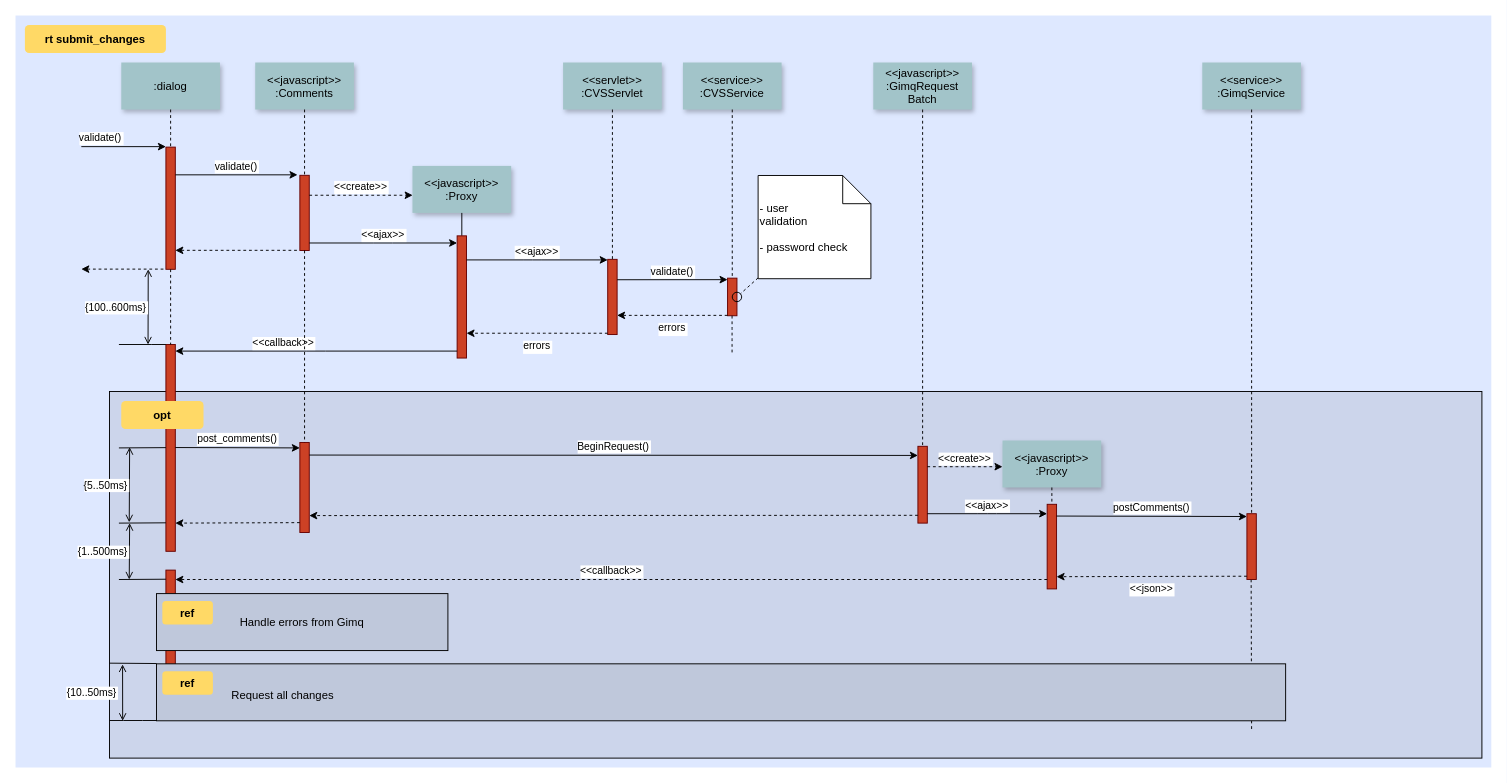
This is aluno_reserva.drawio from Neandertals/personal, a draw.io file, before an edit. Source tidied: cells renumbered, new cells numbered last; positions are measured from the earlier drawing's top-left corner, leaving out a move shared by most shapes. Both pictures are drawn from the tidied source at 94%, with x=0, y=0 at pixel (15, 15).
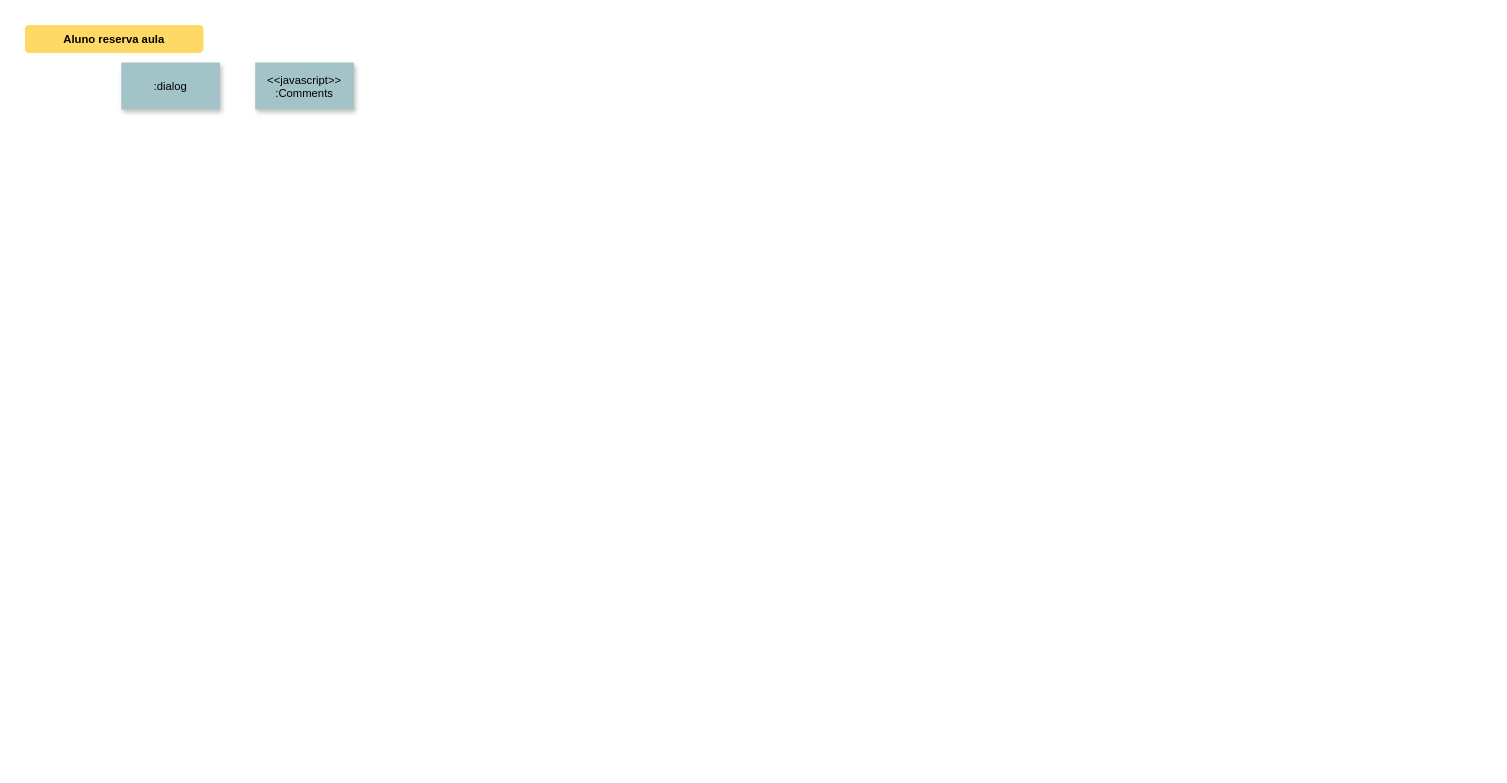
Above is the later version.

The change refers to these unchanged cells:
```xml
<mxCell id="7" value=":dialog" style="shadow=1;fillColor=#A2C4C9;strokeColor=none;" parent="1" vertex="1">
  <mxGeometry x="112.5" y="50" width="105" height="50" as="geometry" />
</mxCell>
<mxCell id="9" value="&lt;&lt;javascript&gt;&gt;&#10;:Comments" style="shadow=1;fillColor=#A2C4C9;strokeColor=none;" parent="1" vertex="1">
  <mxGeometry x="255" y="50" width="105" height="50" as="geometry" />
</mxCell>
```

The edit, as a diff of the source:
```diff
@@
-    <mxCell id="2" style="fillColor=#DEE8FF;strokeColor=none;" parent="1" vertex="1">
-      <mxGeometry width="1570" height="800" as="geometry" />
-    </mxCell>
-    <mxCell id="3" style="fillColor=#CCD5EB;" parent="1" vertex="1">
-      <mxGeometry x="100" y="400" width="1460" height="390" as="geometry" />
-    </mxCell>
-    <mxCell id="4" style="edgeStyle=elbowEdgeStyle;elbow=horizontal;endArrow=none;dashed=1;" parent="1" edge="1">
-      <mxGeometry x="1460" y="437.9" as="geometry">
-        <mxPoint x="1314.5" y="600" as="sourcePoint" />
-        <mxPoint x="1314.5" y="760" as="targetPoint" />
-      </mxGeometry>
-    </mxCell>
-    <mxCell id="5" style="fillColor=#CC4125;strokeColor=#660000;" parent="1" vertex="1">
-      <mxGeometry x="160" y="140" width="10" height="130" as="geometry" />
-    </mxCell>
-    <mxCell id="6" value="validate()" style="edgeStyle=none;verticalLabelPosition=top;verticalAlign=bottom;labelPosition=left;align=right;" parent="1" edge="1">
-      <mxGeometry x="110" y="49.5" as="geometry">
-        <mxPoint x="70" y="139.5" as="sourcePoint" />
-        <mxPoint x="160" y="139.5" as="targetPoint" />
-      </mxGeometry>
-    </mxCell>
@@
-    <mxCell id="8" style="fillColor=#CC4125;strokeColor=#660000;" parent="1" vertex="1">
-      <mxGeometry x="302.5" y="170" width="10" height="80" as="geometry" />
-    </mxCell>
@@
-    <mxCell id="10" style="edgeStyle=none;endArrow=none;dashed=1;" parent="1" edge="1" source="9" target="8">
-      <mxGeometry x="272.3" y="165" as="geometry" />
-    </mxCell>
-    <mxCell id="11" value="validate()" style="edgeStyle=none;verticalLabelPosition=top;verticalAlign=bottom;" parent="1" edge="1">
-      <mxGeometry x="220" y="92" as="geometry">
-        <mxPoint x="170" y="169.5" as="sourcePoint" />
-        <mxPoint x="300" y="169.5" as="targetPoint" />
-      </mxGeometry>
-    </mxCell>
-    <mxCell id="12" style="edgeStyle=none;verticalLabelPosition=top;verticalAlign=bottom;endArrow=none;startArrow=classic;dashed=1;" parent="1" edge="1">
-      <mxGeometry x="220" y="172.3" as="geometry">
-        <mxPoint x="170" y="249.8" as="sourcePoint" />
-        <mxPoint x="300" y="249.8" as="targetPoint" />
-      </mxGeometry>
-    </mxCell>
-    <mxCell id="13" style="edgeStyle=none;verticalLabelPosition=top;verticalAlign=bottom;labelPosition=left;align=right;endArrow=none;startArrow=classic;dashed=1;" parent="1" edge="1">
-      <mxGeometry x="110" y="179.8" as="geometry">
-        <mxPoint x="70" y="269.8" as="sourcePoint" />
-        <mxPoint x="160" y="269.8" as="targetPoint" />
-      </mxGeometry>
-    </mxCell>
-    <mxCell id="14" value="&lt;&lt;create&gt;&gt;" style="edgeStyle=none;verticalLabelPosition=top;verticalAlign=bottom;dashed=1;" parent="1" edge="1">
-      <mxGeometry x="385.5" y="113.9" as="geometry">
-        <mxPoint x="312.5" y="191.2" as="sourcePoint" />
-        <mxPoint x="422.5" y="191.2" as="targetPoint" />
-      </mxGeometry>
-    </mxCell>
-    <mxCell id="15" value="&lt;&lt;javascript&gt;&gt;&#10;:Proxy" style="shadow=1;fillColor=#A2C4C9;strokeColor=none;" parent="1" vertex="1">
-      <mxGeometry x="422.3" y="160" width="105" height="50" as="geometry" />
-    </mxCell>
-    <mxCell id="16" style="edgeStyle=none;endArrow=none;" parent="1" edge="1" source="15" target="17">
-      <mxGeometry x="437" y="270" as="geometry" />
-    </mxCell>
-    <mxCell id="17" style="fillColor=#CC4125;strokeColor=#660000;" parent="1" vertex="1">
-      <mxGeometry x="469.8" y="234.4" width="10" height="130" as="geometry" />
-    </mxCell>
-    <mxCell id="18" value="&lt;&lt;ajax&gt;&gt;" style="edgeStyle=elbowEdgeStyle;elbow=vertical;verticalLabelPosition=top;verticalAlign=bottom;" parent="1" edge="1" source="8" target="17">
-      <mxGeometry x="350" y="290" as="geometry" />
-    </mxCell>
-    <mxCell id="19" style="fillColor=#CC4125;strokeColor=#660000;" parent="1" vertex="1">
-      <mxGeometry x="630" y="259.4" width="10" height="80" as="geometry" />
-    </mxCell>
-    <mxCell id="20" value="&lt;&lt;servlet&gt;&gt;&#10;:CVSServlet" style="shadow=1;fillColor=#A2C4C9;strokeColor=none;" parent="1" vertex="1">
-      <mxGeometry x="582.5" y="50" width="105" height="50" as="geometry" />
-    </mxCell>
-    <mxCell id="21" style="edgeStyle=none;endArrow=none;dashed=1;" parent="1" edge="1" source="20" target="19">
-      <mxGeometry x="614.5" y="175" as="geometry" />
-    </mxCell>
-    <mxCell id="22" value="&lt;&lt;service&gt;&gt;&#10;:CVSService" style="shadow=1;fillColor=#A2C4C9;strokeColor=none;" parent="1" vertex="1">
-      <mxGeometry x="710" y="50" width="105" height="50" as="geometry" />
-    </mxCell>
-    <mxCell id="23" style="edgeStyle=none;endArrow=none;dashed=1;" parent="1" edge="1" source="22" target="24">
-      <mxGeometry x="727.3" y="165" as="geometry" />
-    </mxCell>
-    <mxCell id="24" style="fillColor=#CC4125;strokeColor=#660000;" parent="1" vertex="1">
-      <mxGeometry x="757.5" y="279.4" width="10" height="40" as="geometry" />
-    </mxCell>
-    <mxCell id="25" value="&lt;&lt;ajax&gt;&gt;" style="edgeStyle=elbowEdgeStyle;elbow=vertical;verticalLabelPosition=top;verticalAlign=bottom;" parent="1" edge="1" source="17" target="19">
-      <mxGeometry x="540" y="270" as="geometry">
-        <Array as="points">
-          <mxPoint x="550" y="260" />
-        </Array>
-      </mxGeometry>
-    </mxCell>
-    <mxCell id="26" value="errors" style="edgeStyle=elbowEdgeStyle;elbow=vertical;dashed=1;verticalLabelPosition=bottom;verticalAlign=top;" parent="1" edge="1" source="19" target="17">
-      <mxGeometry x="550" y="280" as="geometry">
-        <Array as="points">
-          <mxPoint x="553" y="338" />
-        </Array>
-      </mxGeometry>
-    </mxCell>
-    <mxCell id="27" value="&lt;&lt;javascript&gt;&gt;&#10;:GimqRequest&#10;Batch" style="shadow=1;fillColor=#A2C4C9;strokeColor=none;" parent="1" vertex="1">
-      <mxGeometry x="912.5" y="50" width="105" height="50" as="geometry" />
-    </mxCell>
-    <mxCell id="28" style="edgeStyle=elbowEdgeStyle;elbow=horizontal;endArrow=none;dashed=1;" parent="1" edge="1" source="7" target="5">
-      <mxGeometry x="230" y="310" as="geometry" />
-    </mxCell>
-    <mxCell id="29" value="validate()" style="edgeStyle=elbowEdgeStyle;elbow=vertical;verticalLabelPosition=top;verticalAlign=bottom;" parent="1" edge="1">
-      <mxGeometry x="550" y="261.7" as="geometry">
-        <mxPoint x="640" y="281.1" as="sourcePoint" />
-        <mxPoint x="757.5" y="281.1" as="targetPoint" />
-      </mxGeometry>
-    </mxCell>
-    <mxCell id="30" value="errors" style="edgeStyle=elbowEdgeStyle;elbow=vertical;dashed=1;verticalLabelPosition=bottom;verticalAlign=top;" parent="1" edge="1">
-      <mxGeometry x="560" y="309.7" as="geometry">
-        <mxPoint x="757.5" y="319" as="sourcePoint" />
-        <mxPoint x="640" y="319" as="targetPoint" />
-      </mxGeometry>
-    </mxCell>
-    <mxCell id="31" style="edgeStyle=elbowEdgeStyle;elbow=horizontal;endArrow=none;dashed=1;" parent="1" edge="1">
-      <mxGeometry x="932.3" y="240" as="geometry">
-        <mxPoint x="762.3" y="319.4" as="sourcePoint" />
-        <mxPoint x="762.3" y="360" as="targetPoint" />
-        <Array as="points">
-          <mxPoint x="762.3" y="340" />
-        </Array>
-      </mxGeometry>
-    </mxCell>
-    <mxCell id="32" style="ellipse;fillColor=none;" parent="1" vertex="1">
-      <mxGeometry x="762.5" y="294.4" width="10" height="10" as="geometry" />
-    </mxCell>
-    <mxCell id="33" value=" - user&#10; validation&#10;&#10; - password check" style="shape=note;align=left;" parent="1" vertex="1">
-      <mxGeometry x="790" y="170.2" width="120" height="109.8" as="geometry" />
-    </mxCell>
-    <mxCell id="34" style="edgeStyle=none;endArrow=none;dashed=1;" parent="1" edge="1" source="33" target="32">
-      <mxGeometry x="1030" y="180" as="geometry" />
-    </mxCell>
-    <mxCell id="35" style="fillColor=#CC4125;strokeColor=#660000;" parent="1" vertex="1">
-      <mxGeometry x="160" y="350" width="10" height="220" as="geometry" />
-    </mxCell>
-    <mxCell id="36" value="             &lt;&lt;callback&gt;&gt;                                " style="edgeStyle=elbowEdgeStyle;elbow=vertical;dashed=0;verticalLabelPosition=top;verticalAlign=bottom;align=right;" parent="1" edge="1" source="17" target="35">
-      <mxGeometry x="190" y="329.8" as="geometry" />
-    </mxCell>
-    <mxCell id="37" style="edgeStyle=none;dashed=1;endArrow=none;" parent="1" edge="1" source="5" target="35">
-      <mxGeometry x="50" y="300" as="geometry" />
-    </mxCell>
-    <mxCell id="38" style="edgeStyle=elbowEdgeStyle;elbow=vertical;endArrow=none;" parent="1" edge="1" source="35">
-      <mxGeometry x="60" y="310" as="geometry">
-        <mxPoint x="110" y="350" as="targetPoint" />
-      </mxGeometry>
-    </mxCell>
-    <mxCell id="39" value="{100..600ms}" style="edgeStyle=elbowEdgeStyle;elbow=horizontal;startArrow=open;endArrow=open;labelPosition=left;align=right;" parent="1" edge="1">
-      <mxGeometry x="61.2" y="290" as="geometry">
-        <mxPoint x="141.2" y="270" as="sourcePoint" />
-        <mxPoint x="141.2" y="350" as="targetPoint" />
-      </mxGeometry>
-    </mxCell>
-    <mxCell id="40" style="fillColor=#CC4125;strokeColor=#660000;" parent="1" vertex="1">
-      <mxGeometry x="302.5" y="454.2" width="10" height="95.8" as="geometry" />
-    </mxCell>
-    <mxCell id="41" style="fillColor=#CC4125;strokeColor=#660000;" parent="1" vertex="1">
-      <mxGeometry x="960" y="458.3" width="10" height="81.7" as="geometry" />
-    </mxCell>
-    <mxCell id="42" style="edgeStyle=none;endArrow=none;dashed=1;" parent="1" edge="1" source="27" target="41">
-      <mxGeometry x="956.6" y="205" as="geometry" />
-    </mxCell>
-    <mxCell id="43" value="post_comments()" style="edgeStyle=elbowEdgeStyle;elbow=vertical;verticalLabelPosition=top;verticalAlign=bottom;" parent="1" edge="1">
-      <mxGeometry x="212.5" y="469.6" as="geometry">
-        <mxPoint x="170" y="459.6" as="sourcePoint" />
-        <mxPoint x="302.5" y="459.6" as="targetPoint" />
-      </mxGeometry>
-    </mxCell>
-    <mxCell id="44" style="edgeStyle=none;endArrow=none;dashed=1;" parent="1" edge="1" source="8" target="40">
-      <mxGeometry x="376.6" y="339.7" as="geometry" />
-    </mxCell>
-    <mxCell id="45" value="BeginRequest()" style="edgeStyle=elbowEdgeStyle;elbow=vertical;verticalLabelPosition=top;verticalAlign=bottom;" parent="1" edge="1">
-      <mxGeometry x="530" y="436.8" as="geometry">
-        <mxPoint x="312.5" y="467.6" as="sourcePoint" />
-        <mxPoint x="960" y="467.6" as="targetPoint" />
-      </mxGeometry>
-    </mxCell>
-    <mxCell id="46" style="edgeStyle=elbowEdgeStyle;elbow=vertical;dashed=1;verticalLabelPosition=bottom;verticalAlign=top;" parent="1" edge="1">
-      <mxGeometry x="530" y="549.1" as="geometry">
-        <mxPoint x="960" y="531.7" as="sourcePoint" />
-        <mxPoint x="312.5" y="531.7" as="targetPoint" />
-      </mxGeometry>
-    </mxCell>
-    <mxCell id="47" value="&lt;&lt;javascript&gt;&gt;&#10;:Proxy" style="shadow=1;fillColor=#A2C4C9;strokeColor=none;" parent="1" vertex="1">
-      <mxGeometry x="1050" y="452.1" width="105" height="50" as="geometry" />
-    </mxCell>
-    <mxCell id="48" style="edgeStyle=none;endArrow=none;dashed=1;" parent="1" edge="1" source="47" target="49">
-      <mxGeometry x="1204.1" y="380.1" as="geometry" />
-    </mxCell>
-    <mxCell id="49" style="fillColor=#CC4125;strokeColor=#660000;" parent="1" vertex="1">
-      <mxGeometry x="1097.5" y="520" width="10" height="90" as="geometry" />
-    </mxCell>
-    <mxCell id="50" style="fillColor=#CC4125;strokeColor=#660000;" parent="1" vertex="1">
-      <mxGeometry x="1310" y="530" width="10" height="70" as="geometry" />
-    </mxCell>
-    <mxCell id="51" value="&lt;&lt;create&gt;&gt;" style="edgeStyle=elbowEdgeStyle;elbow=vertical;verticalLabelPosition=top;verticalAlign=bottom;dashed=1;" parent="1" edge="1" source="41" target="47">
-      <mxGeometry x="901.2" y="322.5" as="geometry" />
-    </mxCell>
-    <mxCell id="52" value="&lt;&lt;ajax&gt;&gt;" style="edgeStyle=elbowEdgeStyle;elbow=vertical;verticalLabelPosition=top;verticalAlign=bottom;" parent="1" edge="1" source="41" target="49">
-      <mxGeometry x="1065" y="359.5" as="geometry" />
-    </mxCell>
-    <mxCell id="53" value="postComments()" style="edgeStyle=elbowEdgeStyle;elbow=vertical;verticalLabelPosition=top;verticalAlign=bottom;" parent="1" edge="1">
-      <mxGeometry x="1225" y="309.5" as="geometry">
-        <mxPoint x="1107.5" y="532.5" as="sourcePoint" />
-        <mxPoint x="1310" y="532.5" as="targetPoint" />
-      </mxGeometry>
-    </mxCell>
-    <mxCell id="54" value="&lt;&lt;json&gt;&gt;" style="edgeStyle=elbowEdgeStyle;elbow=vertical;dashed=1;verticalLabelPosition=bottom;verticalAlign=top;" parent="1" edge="1">
-      <mxGeometry x="1075" y="396" as="geometry">
-        <mxPoint x="1310" y="596.5" as="sourcePoint" />
-        <mxPoint x="1107.5" y="596.5" as="targetPoint" />
-      </mxGeometry>
-    </mxCell>
-    <mxCell id="55" value="&lt;&lt;service&gt;&gt;&#10;:GimqService" style="shadow=1;fillColor=#A2C4C9;strokeColor=none;" parent="1" vertex="1">
-      <mxGeometry x="1262.5" y="50" width="105" height="50" as="geometry" />
-    </mxCell>
-    <mxCell id="56" style="edgeStyle=none;endArrow=none;dashed=1;" parent="1" edge="1" source="55" target="50">
-      <mxGeometry x="1174.1" y="210" as="geometry" />
-    </mxCell>
-    <mxCell id="57" style="fillColor=#CC4125;strokeColor=#660000;" parent="1" vertex="1">
-      <mxGeometry x="160" y="590" width="10" height="130" as="geometry" />
-    </mxCell>
-    <mxCell id="58" style="edgeStyle=elbowEdgeStyle;elbow=vertical;dashed=1;verticalLabelPosition=bottom;verticalAlign=top;" parent="1" edge="1">
-      <mxGeometry x="507.5" y="664.3" as="geometry">
-        <mxPoint x="302.5" y="539.5" as="sourcePoint" />
-        <mxPoint x="170" y="539.5" as="targetPoint" />
-      </mxGeometry>
-    </mxCell>
-    <mxCell id="59" value="&lt;&lt;callback&gt;&gt;" style="edgeStyle=elbowEdgeStyle;elbow=vertical;dashed=1;verticalLabelPosition=bottom;verticalAlign=bottom;" parent="1" edge="1" source="49" target="57">
-      <mxGeometry x="540" y="559.1" as="geometry" />
-    </mxCell>
-    <mxCell id="60" value="rt submit_changes" style="rounded=1;fontStyle=1;fillColor=#FFD966;strokeColor=none;" parent="1" vertex="1">
-      <mxGeometry x="10" y="10" width="150" height="30" as="geometry" />
-    </mxCell>
-    <mxCell id="61" value="opt" style="rounded=1;fontStyle=1;fillColor=#FFD966;strokeColor=none;" parent="1" vertex="1">
-      <mxGeometry x="112.5" y="410" width="87.5" height="30" as="geometry" />
-    </mxCell>
-    <mxCell id="62" value="Handle errors from Gimq" style="fillColor=#BFC8DB;" parent="1" vertex="1">
-      <mxGeometry x="150" y="615" width="310" height="60.6" as="geometry" />
-    </mxCell>
-    <mxCell id="63" value="ref" style="rounded=1;fontStyle=1;fillColor=#FFD966;strokeColor=none;" parent="1" vertex="1">
-      <mxGeometry x="156.2" y="622.9" width="53.8" height="25" as="geometry" />
-    </mxCell>
-    <mxCell id="64" style="align=left;fillColor=#BFC8DB;" parent="1" vertex="1">
-      <mxGeometry x="150" y="689.7" width="1201.2" height="60.6" as="geometry" />
-    </mxCell>
-    <mxCell id="65" value="ref" style="rounded=1;fontStyle=1;fillColor=#FFD966;strokeColor=none;" parent="1" vertex="1">
-      <mxGeometry x="156.2" y="697.6" width="53.8" height="25" as="geometry" />
-    </mxCell>
-    <mxCell id="66" value="Request all changes" style="text;align=left;" parent="1" vertex="1">
-      <mxGeometry x="228.1" y="710.1" width="351.8" height="26" as="geometry" />
-    </mxCell>
-    <mxCell id="67" style="edgeStyle=elbowEdgeStyle;elbow=vertical;endArrow=none;" parent="1" edge="1">
-      <mxGeometry x="60" y="419.7" as="geometry">
-        <mxPoint x="160" y="459.7" as="sourcePoint" />
-        <mxPoint x="110" y="459.7" as="targetPoint" />
-      </mxGeometry>
-    </mxCell>
-    <mxCell id="68" style="edgeStyle=elbowEdgeStyle;elbow=vertical;endArrow=none;" parent="1" edge="1">
-      <mxGeometry x="60" y="499.7" as="geometry">
-        <mxPoint x="160" y="539.7" as="sourcePoint" />
-        <mxPoint x="110" y="539.7" as="targetPoint" />
-      </mxGeometry>
-    </mxCell>
-    <mxCell id="69" style="edgeStyle=elbowEdgeStyle;elbow=vertical;endArrow=none;" parent="1" edge="1">
-      <mxGeometry x="60" y="559.7" as="geometry">
-        <mxPoint x="160" y="599.7" as="sourcePoint" />
-        <mxPoint x="110" y="599.7" as="targetPoint" />
-      </mxGeometry>
-    </mxCell>
-    <mxCell id="70" style="edgeStyle=elbowEdgeStyle;elbow=vertical;endArrow=none;" parent="1" edge="1">
-      <mxGeometry x="50" y="649.4" as="geometry">
-        <mxPoint x="150" y="689.4" as="sourcePoint" />
-        <mxPoint x="100" y="689.4" as="targetPoint" />
-      </mxGeometry>
-    </mxCell>
-    <mxCell id="71" style="edgeStyle=elbowEdgeStyle;elbow=vertical;endArrow=none;" parent="1" edge="1">
-      <mxGeometry x="50" y="710" as="geometry">
-        <mxPoint x="150" y="750" as="sourcePoint" />
-        <mxPoint x="100" y="750" as="targetPoint" />
-      </mxGeometry>
-    </mxCell>
-    <mxCell id="72" value="{5..50ms}" style="edgeStyle=elbowEdgeStyle;elbow=horizontal;startArrow=open;endArrow=open;labelPosition=left;align=right;" parent="1" edge="1">
-      <mxGeometry x="41.4" y="479.2" as="geometry">
-        <mxPoint x="121.4" y="459.2" as="sourcePoint" />
-        <mxPoint x="121.4" y="539.2" as="targetPoint" />
-      </mxGeometry>
-    </mxCell>
-    <mxCell id="73" value="{1..500ms}" style="edgeStyle=elbowEdgeStyle;elbow=horizontal;startArrow=open;endArrow=open;labelPosition=left;align=right;" parent="1" edge="1">
-      <mxGeometry x="42.9" y="560" as="geometry">
-        <mxPoint x="121.4" y="540" as="sourcePoint" />
-        <mxPoint x="121.4" y="600" as="targetPoint" />
-      </mxGeometry>
-    </mxCell>
-    <mxCell id="74" value="{10..50ms}" style="edgeStyle=elbowEdgeStyle;elbow=horizontal;startArrow=open;endArrow=open;labelPosition=left;align=right;" parent="1" edge="1">
-      <mxGeometry as="geometry">
-        <mxPoint x="113.9" y="690.3" as="sourcePoint" />
-        <mxPoint x="113.9" y="750.3" as="targetPoint" />
-        <mxPoint x="-4.2" y="-0.3" as="offset" />
-      </mxGeometry>
-    </mxCell>
+    <mxCell id="75" value="Aluno reserva aula" style="rounded=1;fontStyle=1;fillColor=#FFD966;strokeColor=none;" parent="1" vertex="1">
+      <mxGeometry x="10" y="10" width="190" height="30" as="geometry" />
+    </mxCell>
```
